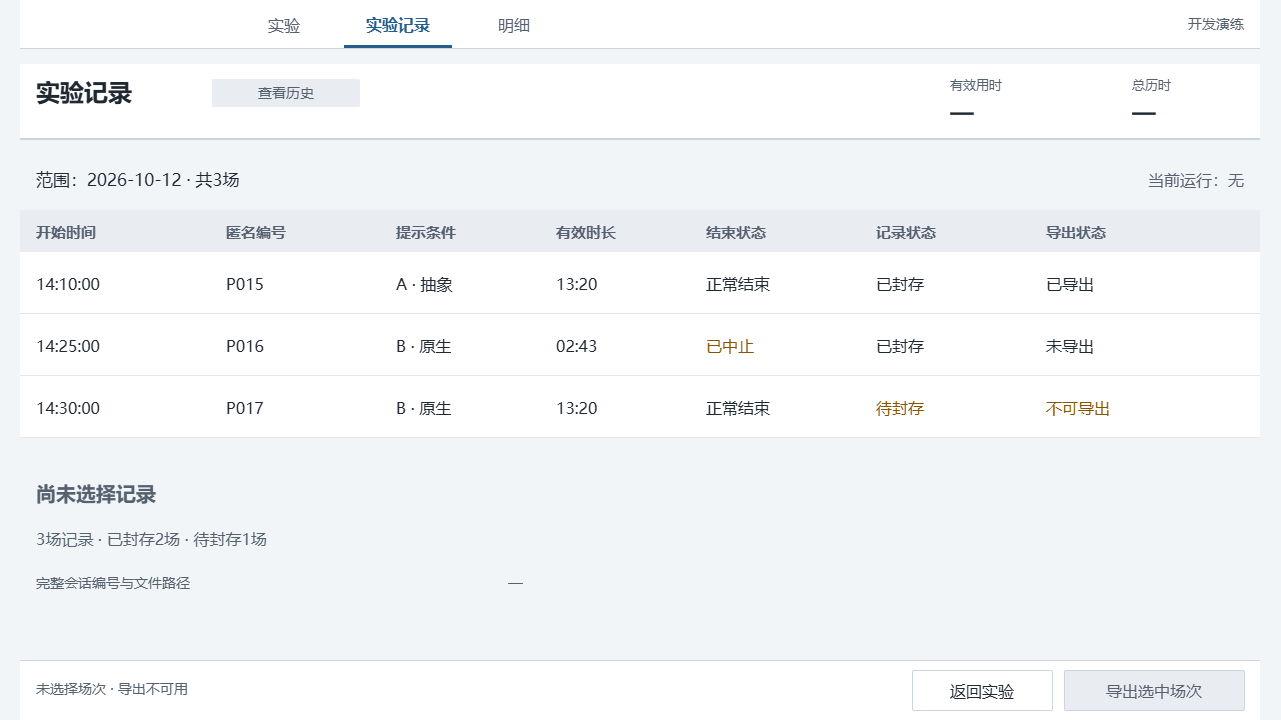
This is human/deliverables/t01-workbench-design-20261012/10-unselected.drawio.png from JunyeFu/Emotional-Healing-System, a draw.io export, as it was before one commit. Source tidied: cells renumbered, new cells last; positions are measured from the earlier drawing's top-left corner, leaving out a move shared by most shapes.
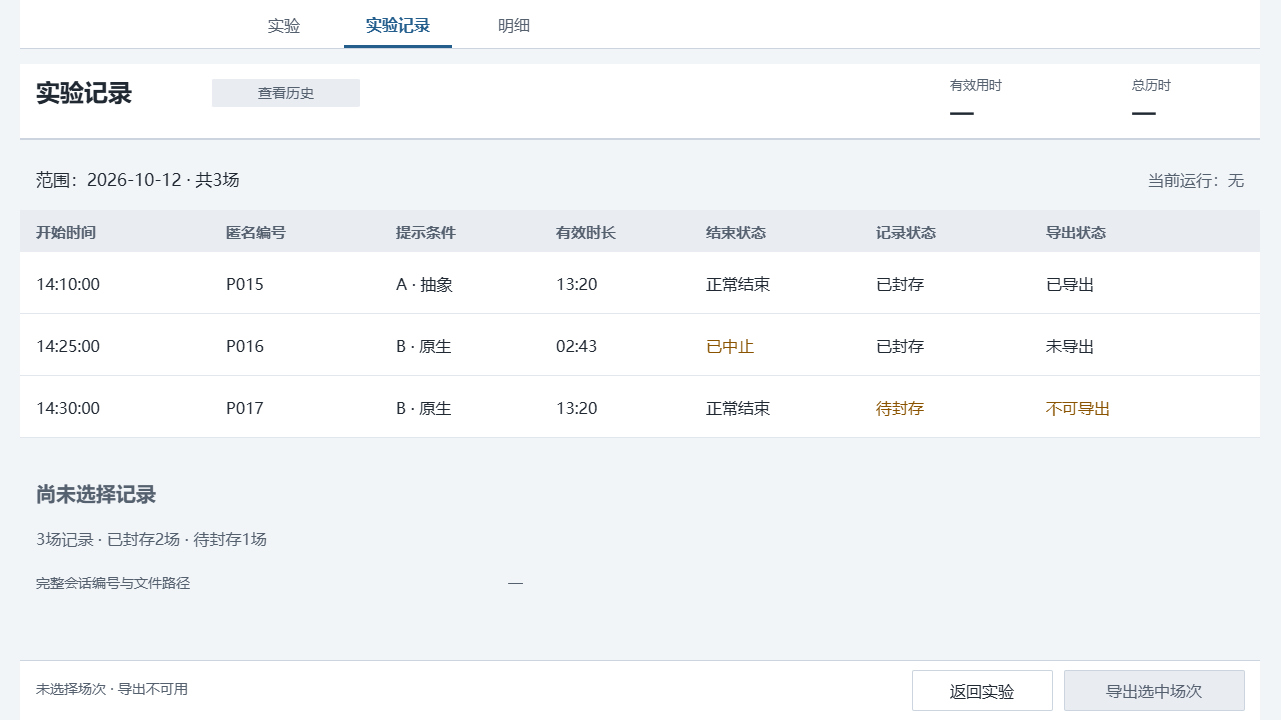
Later version of the same file.

Change to the diagram source:
```diff
@@ -20,9 +20,6 @@
     <mxCell id="7" value="明细" style="text;html=0;strokeColor=none;fillColor=none;whiteSpace=wrap;overflow=hidden;fontFamily=Microsoft YaHei;fontSize=16;fontColor=#56616F;fontStyle=0;align=center;verticalAlign=middle;spacing=0;" parent="1" vertex="1">
       <mxGeometry x="474" y="10" width="80" height="28" as="geometry" />
     </mxCell>
-    <mxCell id="8" value="开发演练" style="text;html=0;strokeColor=none;fillColor=none;whiteSpace=wrap;overflow=hidden;fontFamily=Microsoft YaHei;fontSize=14;fontColor=#56616F;fontStyle=0;align=right;verticalAlign=middle;spacing=0;" parent="1" vertex="1">
-      <mxGeometry x="1084" y="10" width="160" height="28" as="geometry" />
-    </mxCell>
     <mxCell id="9" style="rounded=0;arcSize=0;fillColor=#CCD5DF;strokeColor=none;fontColor=#202832;fontSize=16;fontFamily=Microsoft YaHei;align=left;verticalAlign=middle;whiteSpace=wrap;html=0;spacingLeft=12;spacingRight=12;" parent="1" vertex="1">
       <mxGeometry x="20" y="48" width="1240" height="1" as="geometry" />
     </mxCell>
```
